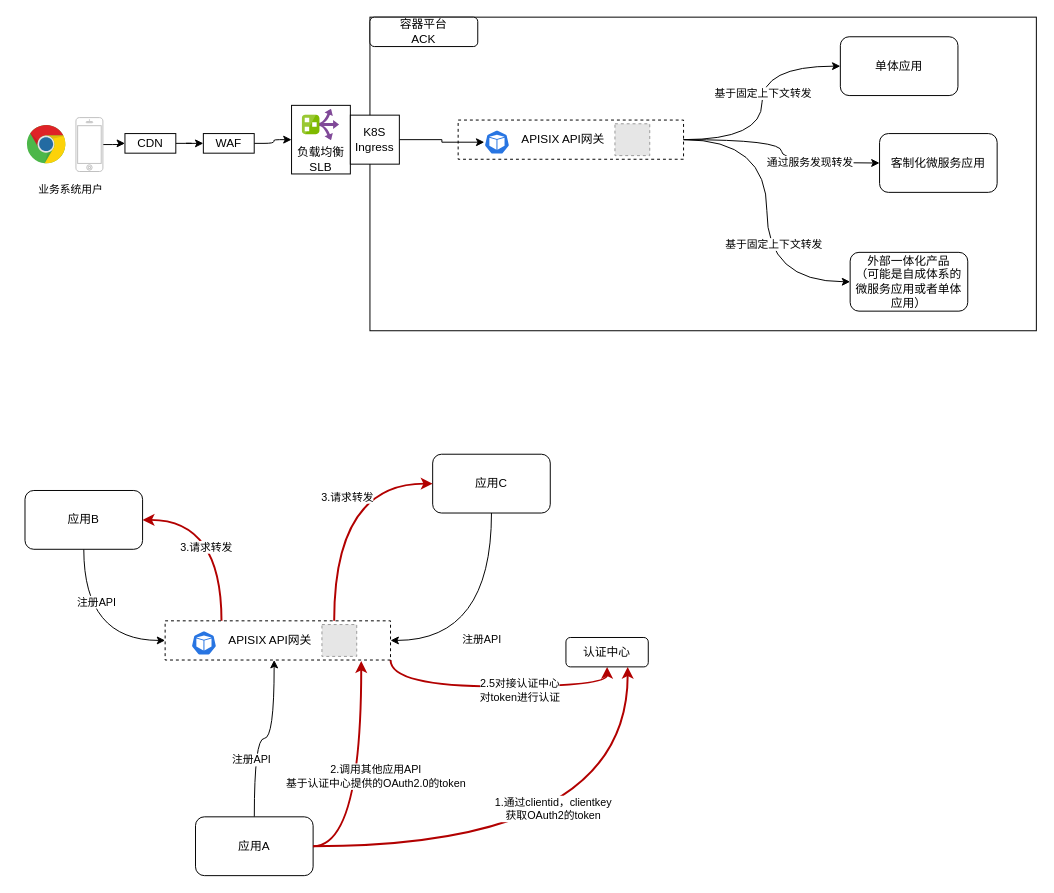
qianjiso/architect keeps this draw.io diagram as 合众/API暴露方式.drawio. Above is the earlier version. Source tidied: cells renumbered, new cells numbered last; positions are measured from the earlier drawing's top-left corner, leaving out a move shared by most shapes. Both pictures are drawn from the tidied source at 98%, with x=0, y=0 at pixel (17, 17). Pictures stored in the file or linked from it are replaced by grey dashed boxes.
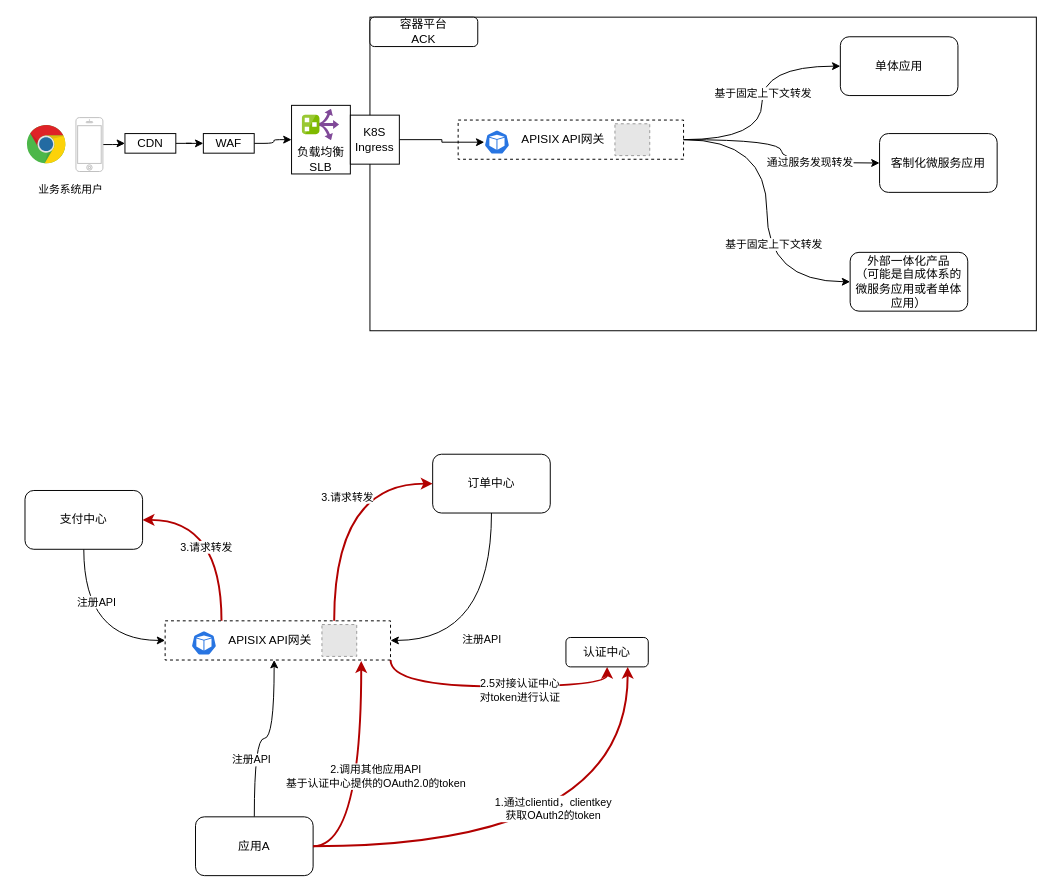
Above is the later version.

What changed in the source:
```diff
@@
-    <mxCell id="33" value="应用B" style="rounded=1;whiteSpace=wrap;html=1;" parent="1" vertex="1">
+    <mxCell id="33" value="支付中心" style="rounded=1;whiteSpace=wrap;html=1;" parent="1" vertex="1">
       <mxGeometry x="8" y="483" width="120" height="60" as="geometry" />
     </mxCell>
@@
-    <mxCell id="41" value="应用C" style="rounded=1;whiteSpace=wrap;html=1;" parent="1" vertex="1">
+    <mxCell id="41" value="订单中心" style="rounded=1;whiteSpace=wrap;html=1;" parent="1" vertex="1">
       <mxGeometry x="424" y="446" width="120" height="60" as="geometry" />
     </mxCell>
```
